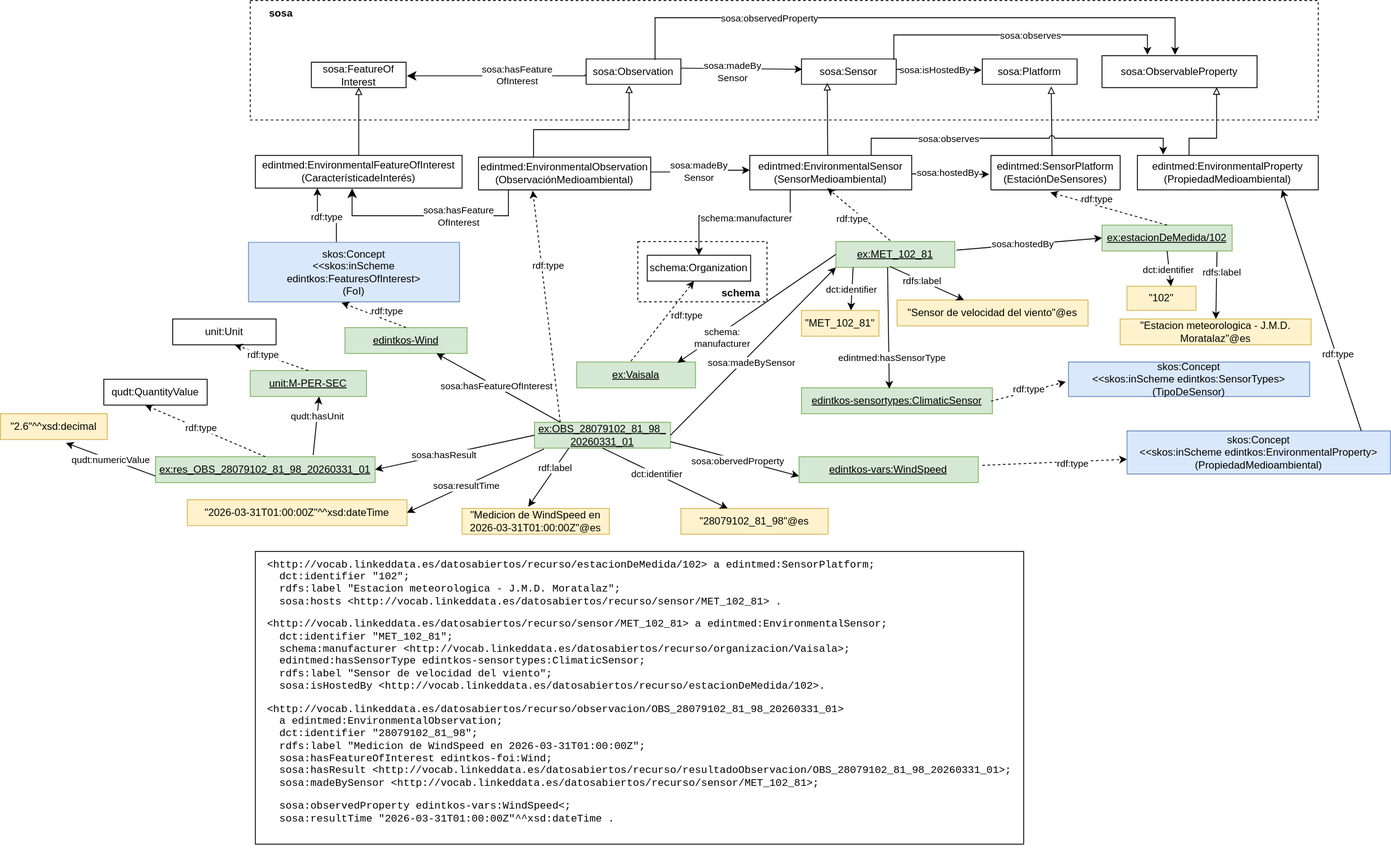
EDINT-Ontologia/edint-ontologia-climatologia keeps this draw.io diagram as diagrams/diagram.svg. Above is the earlier version. Source tidied: cells renumbered, new cells last; positions are measured from the earlier drawing's top-left corner, leaving out a move shared by most shapes.
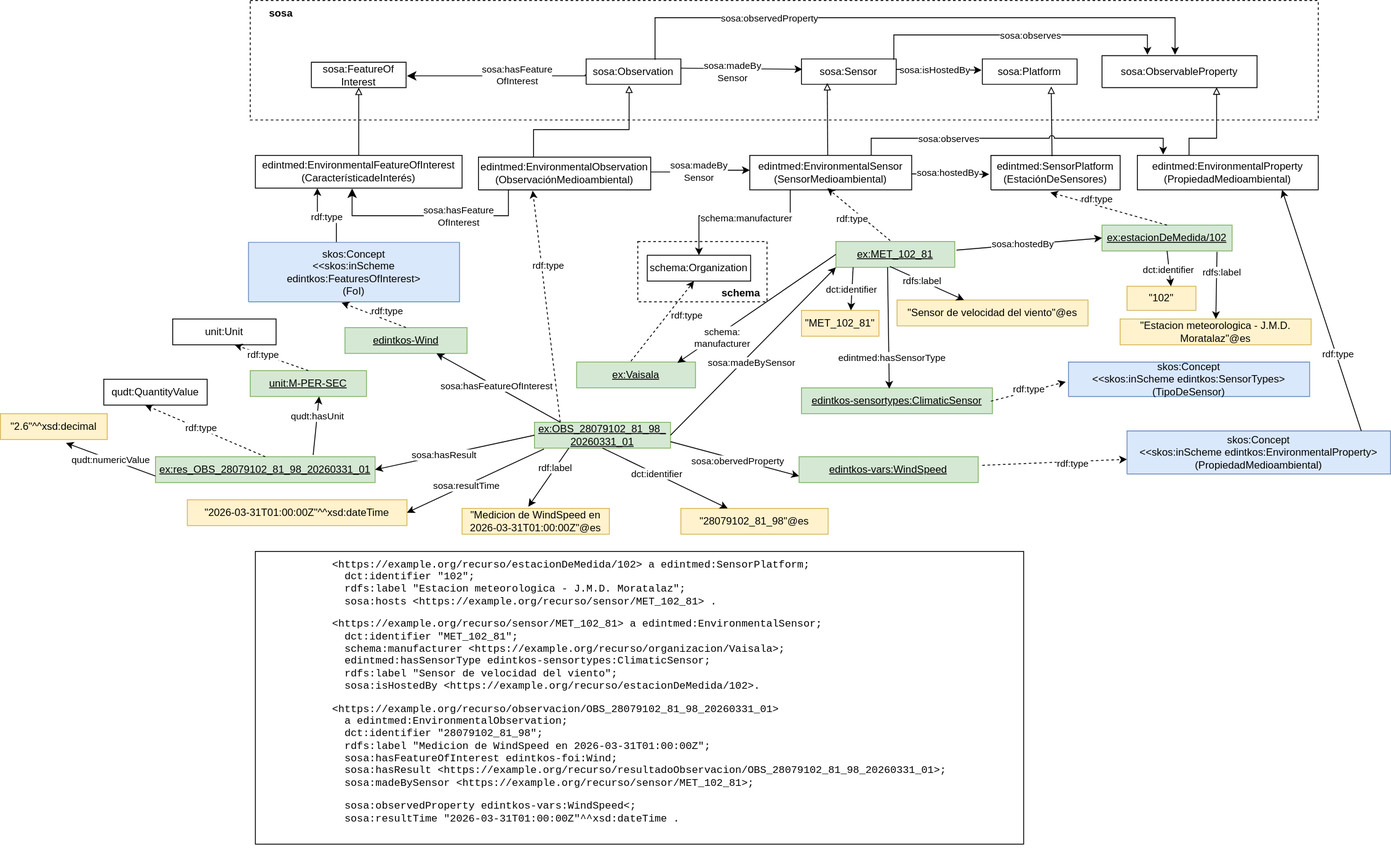
After the change.

What changed in the source:
```diff
@@ -463,7 +463,7 @@
     <mxCell id="114" value="&quot;2.6&quot;^^xsd:decimal" style="rounded=0;whiteSpace=wrap;html=1;strokeColor=#d6b656;fillColor=#fff2cc;" parent="1" vertex="1">
       <mxGeometry y="480" width="124" height="30" as="geometry" />
     </mxCell>
-    <mxCell id="115" value="&lt;pre style=&quot;text-align: left;&quot;&gt;&amp;lt;http://vocab.linkeddata.es/datosabiertos/recurso/estacionDeMedida/102&amp;gt; a edintmed:SensorPlatform;&lt;br&gt;  dct:identifier &quot;102&quot;;&lt;br&gt;  rdfs:label &quot;Estacion meteorologica - J.M.D. Moratalaz&quot;;&lt;br&gt;  sosa:hosts &amp;lt;http://vocab.linkeddata.es/datosabiertos/recurso/sensor/MET_102_81&amp;gt; .&lt;/pre&gt;&lt;pre style=&quot;text-align: left;&quot;&gt;&amp;lt;http://vocab.linkeddata.es/datosabiertos/recurso/sensor/MET_102_81&amp;gt; a edintmed:EnvironmentalSensor;&lt;br&gt;  dct:identifier &quot;MET_102_81&quot;;&lt;br&gt;  schema:manufacturer &amp;lt;http://vocab.linkeddata.es/datosabiertos/recurso/organizacion/Vaisala&amp;gt;;&lt;br&gt;  edintmed:hasSensorType edintkos-sensortypes:ClimaticSensor;&lt;br&gt;  rdfs:label &quot;Sensor de velocidad del viento&quot;;&lt;br&gt;  sosa:isHostedBy &amp;lt;http://vocab.linkeddata.es/datosabiertos/recurso/estacionDeMedida/102&amp;gt;.&lt;/pre&gt;&lt;pre style=&quot;text-align: left;&quot;&gt;&amp;lt;http://vocab.linkeddata.es/datosabiertos/recurso/observacion/OBS_28079102_81_98_20260331_01&amp;gt;&lt;br&gt;  a edintmed:EnvironmentalObservation;&lt;br&gt;  dct:identifier &quot;28079102_81_98&quot;;&lt;br&gt;  rdfs:label &quot;Medicion de WindSpeed en 2026-03-31T01:00:00Z&quot;;&lt;br&gt;  sosa:hasFeatureOfInterest edintkos-foi:Wind;&lt;br&gt;  sosa:hasResult &amp;lt;http://vocab.linkeddata.es/datosabiertos/recurso/resultadoObservacion/OBS_28079102_81_98_20260331_01&amp;gt;;&lt;br&gt;  sosa:madeBySensor &amp;lt;http://vocab.linkeddata.es/datosabiertos/recurso/sensor/MET_102_81&amp;gt;;&lt;br&gt;&lt;p style=&quot;text-align: left;&quot;&gt;  sosa:observedProperty edintkos-vars:WindSpeed&amp;lt;;&lt;br&gt;  sosa:resultTime &quot;2026-03-31T01:00:00Z&quot;^^xsd:dateTime .&lt;br&gt;  &lt;/p&gt;&lt;/pre&gt;" style="rounded=0;whiteSpace=wrap;html=1;" parent="1" vertex="1">
+    <mxCell id="115" value="&lt;pre style=&quot;text-align: left;&quot;&gt;&amp;lt;https://example.org/recurso/estacionDeMedida/102&amp;gt; a edintmed:SensorPlatform;&lt;br&gt;  dct:identifier &quot;102&quot;;&lt;br&gt;  rdfs:label &quot;Estacion meteorologica - J.M.D. Moratalaz&quot;;&lt;br&gt;  sosa:hosts &amp;lt;https://example.org/recurso/sensor/MET_102_81&amp;gt; .&lt;br&gt;&lt;/pre&gt;&lt;pre style=&quot;text-align: left;&quot;&gt;&amp;lt;https://example.org/recurso/sensor/MET_102_81&amp;gt; a edintmed:EnvironmentalSensor;&lt;br&gt;  dct:identifier &quot;MET_102_81&quot;;&lt;br&gt;  schema:manufacturer &amp;lt;https://example.org/recurso/organizacion/Vaisala&amp;gt;;&lt;br&gt;  edintmed:hasSensorType edintkos-sensortypes:ClimaticSensor;&lt;br&gt;  rdfs:label &quot;Sensor de velocidad del viento&quot;;&lt;br&gt;  sosa:isHostedBy &amp;lt;https://example.org/recurso/estacionDeMedida/102&amp;gt;.&lt;br&gt;&lt;/pre&gt;&lt;pre style=&quot;text-align: left;&quot;&gt;&amp;lt;https://example.org/recurso/observacion/OBS_28079102_81_98_20260331_01&amp;gt;&lt;br&gt;  a edintmed:EnvironmentalObservation;&lt;br&gt;  dct:identifier &quot;28079102_81_98&quot;;&lt;br&gt;  rdfs:label &quot;Medicion de WindSpeed en 2026-03-31T01:00:00Z&quot;;&lt;br&gt;  sosa:hasFeatureOfInterest edintkos-foi:Wind;&lt;br&gt;  sosa:hasResult &amp;lt;https://example.org/recurso/resultadoObservacion/OBS_28079102_81_98_20260331_01&amp;gt;;&lt;br&gt;  sosa:madeBySensor &amp;lt;https://example.org/recurso/sensor/MET_102_81&amp;gt;;&lt;br&gt;&lt;p style=&quot;text-align: left;&quot;&gt;  sosa:observedProperty edintkos-vars:WindSpeed&amp;lt;;&lt;br&gt;  sosa:resultTime &quot;2026-03-31T01:00:00Z&quot;^^xsd:dateTime .&lt;br&gt;  &lt;/p&gt;&lt;/pre&gt;" style="rounded=0;whiteSpace=wrap;html=1;" parent="1" vertex="1">
       <mxGeometry x="296" y="640" width="892" height="340" as="geometry" />
     </mxCell>
     <mxCell id="116" value="&quot;2026-03-31T01:00:00Z&quot;^^xsd:dateTime" style="rounded=0;whiteSpace=wrap;html=1;strokeColor=#d6b656;fontStyle=0;fillColor=#fff2cc;" parent="1" vertex="1">
```
